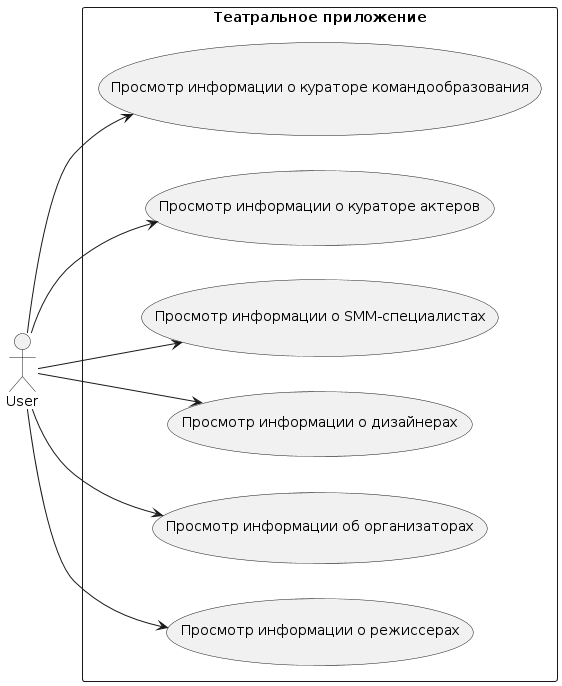
Before: docs/diagrams/information.png, a diagram exported from PlantUML (sinseiwas/PROspekt_bot).
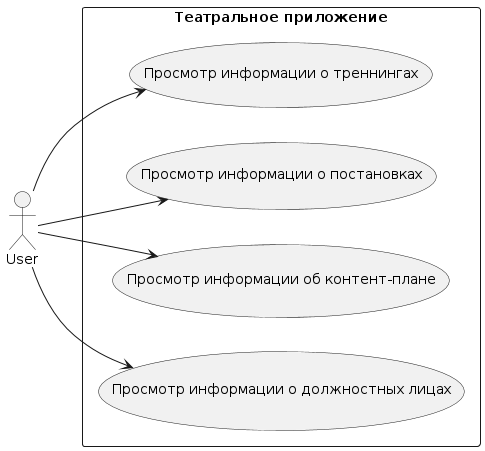
After the commit.

Change to the diagram source:
```diff
@@ -2,17 +2,13 @@
 left to right direction
 actor User as U
 rectangle "Театральное приложение" {
-    usecase "Просмотр информации о режиссерах" as A
-    usecase "Просмотр информации об организаторах" as B
-    usecase "Просмотр информации о дизайнерах" as C
-    usecase "Просмотр информации о SMM-специалистах" as D
-    usecase "Просмотр информации о кураторе актеров" as E
-    usecase "Просмотр информации о кураторе командообразования" as F
+    usecase "Просмотр информации о должностных лицах" as A
+    usecase "Просмотр информации об контент-плане" as B
+    usecase "Просмотр информации о постановках" as C
+    usecase "Просмотр информации о треннингах" as D
     U --> (A)
     U --> (B)
     U --> (C)
     U --> (D)
-    U --> (E)
-    U --> (F)
 }
 @enduml
```
